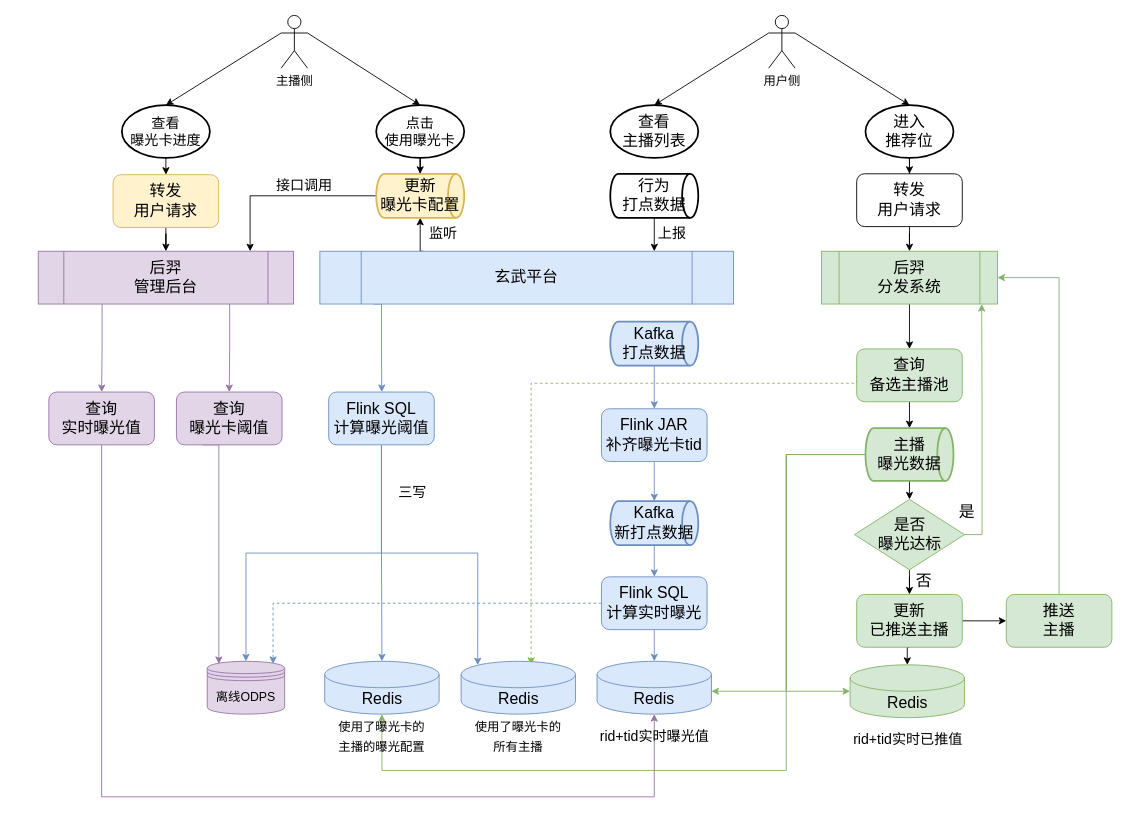
This is 后羿接曝光卡.drawio from hongweilv-whu/flowCharts, a draw.io file, before an edit. Source tidied: cells renumbered, new cells numbered last; positions are measured from the earlier drawing's top-left corner, leaving out a move shared by most shapes. Both pictures are drawn from the tidied source at 88%, with x=0, y=0 at pixel (38, 15).
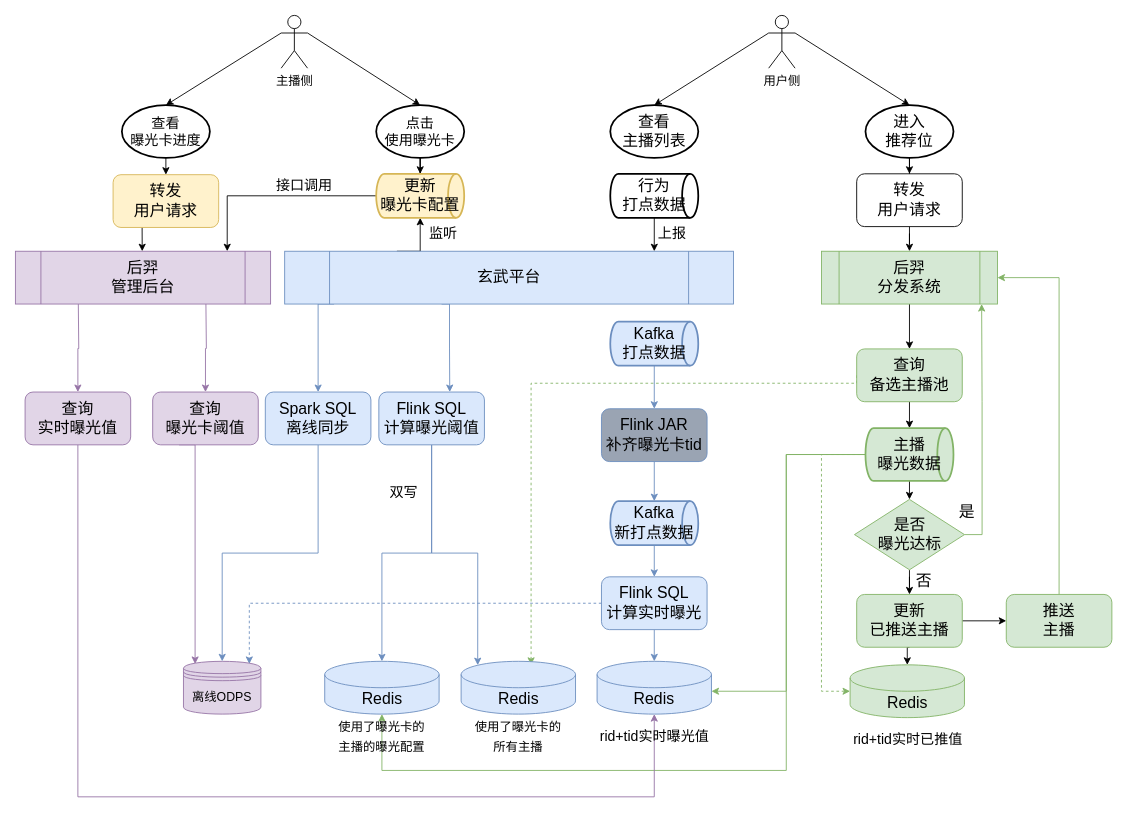
The same page after the edit.

Commit message:
Update 后羿接曝光卡.drawio

The change refers to these unchanged cells:
```xml
<mxCell id="22" value="Redis" style="shape=cylinder3;whiteSpace=wrap;html=1;boundedLbl=1;backgroundOutline=1;size=15;fontSize=18;fillColor=#dae8fc;strokeColor=#6c8ebf;" parent="21" vertex="1">
  <mxGeometry x="2.5" width="130" height="60" as="geometry" />
</mxCell>
<mxCell id="51" value="&lt;font style=&quot;font-size: 18px;&quot;&gt;主播&lt;br&gt;曝光数据&lt;/font&gt;" style="strokeWidth=2;html=1;shape=mxgraph.flowchart.direct_data;whiteSpace=wrap;fontSize=16;fillColor=#d5e8d4;strokeColor=#82b366;" parent="1" vertex="1">
  <mxGeometry x="940" y="469" width="100" height="60" as="geometry" />
</mxCell>
<mxCell id="59" value="&lt;span style=&quot;font-size: 18px;&quot;&gt;更新&lt;br&gt;曝光卡配置&lt;/span&gt;" style="strokeWidth=2;html=1;shape=mxgraph.flowchart.direct_data;whiteSpace=wrap;fontSize=16;fillColor=#fff2cc;strokeColor=#d6b656;" parent="1" vertex="1">
  <mxGeometry x="384" y="180" width="100" height="50" as="geometry" />
</mxCell>
<mxCell id="75" value="Redis" style="shape=cylinder3;whiteSpace=wrap;html=1;boundedLbl=1;backgroundOutline=1;size=15;fontSize=18;fillColor=#d5e8d4;strokeColor=#82b366;" parent="74" vertex="1">
  <mxGeometry x="2.5" width="130" height="60" as="geometry" />
</mxCell>
<mxCell id="82" value="&lt;span style=&quot;font-size: 18px;&quot;&gt;转发&lt;br&gt;用户请求&lt;/span&gt;" style="rounded=1;whiteSpace=wrap;html=1;fontSize=14;fillColor=#fff2cc;strokeColor=#d6b656;" parent="1" vertex="1">
  <mxGeometry x="85" y="181" width="120" height="60" as="geometry" />
</mxCell>
```

The edit, as a diff of the source:
```diff
@@
     <mxCell id="3" style="edgeStyle=orthogonalEdgeStyle;rounded=0;jettySize=auto;html=1;exitX=0.5;exitY=1;exitDx=0;exitDy=0;fontSize=16;entryX=0.5;entryY=1;entryDx=0;entryDy=0;entryPerimeter=0;fillColor=#e1d5e7;strokeColor=#9673a6;" parent="1" edge="1" source="72" target="22">
       <mxGeometry relative="1" as="geometry">
         <Array as="points">
-          <mxPoint x="72" y="888" />
+          <mxPoint x="45" y="888" />
           <mxPoint x="700" y="888" />
         </Array>
       </mxGeometry>
     </mxCell>
@@
-    <mxCell id="33" value="&lt;span style=&quot;font-size: 18px;&quot;&gt;Flink JAR&lt;br&gt;补齐曝光卡tid&lt;br&gt;&lt;/span&gt;" style="rounded=1;whiteSpace=wrap;html=1;fontSize=14;fillColor=#dae8fc;strokeColor=#6c8ebf;" parent="1" vertex="1">
+    <mxCell id="33" value="&lt;span style=&quot;font-size: 18px;&quot;&gt;Flink JAR&lt;br&gt;补齐曝光卡tid&lt;br&gt;&lt;/span&gt;" style="rounded=1;whiteSpace=wrap;html=1;fontSize=14;fillColor=#9AA4B3;strokeColor=#6c8ebf;" parent="1" vertex="1">
       <mxGeometry x="640" y="447" width="120" height="60" as="geometry" />
     </mxCell>
@@
     <mxCell id="37" value="&lt;font style=&quot;font-size: 14px;&quot;&gt;离线ODPS&lt;/font&gt;" style="shape=datastore;whiteSpace=wrap;html=1;fontSize=18;fillColor=#e1d5e7;strokeColor=#9673a6;" parent="1" vertex="1">
-      <mxGeometry x="192" y="734" width="88" height="60" as="geometry" />
+      <mxGeometry x="165" y="734" width="88" height="60" as="geometry" />
     </mxCell>
     <mxCell id="38" style="edgeStyle=orthogonalEdgeStyle;rounded=0;jettySize=auto;html=1;exitX=0.25;exitY=0;exitDx=0;exitDy=0;fontSize=16;entryX=0.5;entryY=1;entryDx=0;entryDy=0;entryPerimeter=0;" parent="1" edge="1" source="40" target="59">
-      <mxGeometry relative="1" as="geometry" />
+      <mxGeometry relative="1" as="geometry">
+        <Array as="points">
+          <mxPoint x="434" y="268" />
+        </Array>
+      </mxGeometry>
     </mxCell>
     <mxCell id="39" style="edgeStyle=orthogonalEdgeStyle;rounded=0;orthogonalLoop=1;jettySize=auto;html=1;exitX=0.11;exitY=1;exitDx=0;exitDy=0;exitPerimeter=0;entryX=0.5;entryY=0;entryDx=0;entryDy=0;fontSize=16;fillColor=#dae8fc;strokeColor=#6c8ebf;" parent="1" edge="1">
       <mxGeometry relative="1" as="geometry">
-        <mxPoint x="381" y="328" as="sourcePoint" />
-        <mxPoint x="390.3" y="428" as="targetPoint" />
+        <mxPoint x="458.3" y="328" as="sourcePoint" />
+        <mxPoint x="467.6" y="428" as="targetPoint" />
         <Array as="points">
-          <mxPoint x="390" y="328" />
-          <mxPoint x="390" y="378" />
-          <mxPoint x="390" y="378" />
+          <mxPoint x="467.3" y="328" />
+          <mxPoint x="467.3" y="378" />
+          <mxPoint x="467.3" y="378" />
         </Array>
       </mxGeometry>
     </mxCell>
+    <mxCell id="83" style="edgeStyle=orthogonalEdgeStyle;rounded=0;jettySize=auto;html=1;exitX=0.11;exitY=1;exitDx=0;exitDy=0;exitPerimeter=0;fontSize=16;fillColor=#dae8fc;strokeColor=#6c8ebf;" parent="1" edge="1" source="40" target="85">
+      <mxGeometry relative="1" as="geometry">
+        <Array as="points">
+          <mxPoint x="318" y="328" />
+        </Array>
+      </mxGeometry>
+    </mxCell>
     <mxCell id="40" value="玄武平台" style="shape=process;whiteSpace=wrap;html=1;backgroundOutline=1;fontSize=18;fillColor=#dae8fc;strokeColor=#6c8ebf;points=[[0,0,0,0,0],[0,0.25,0,0,0],[0,0.5,0,0,0],[0,0.75,0,0,0],[0.11,1,0,0,0],[0.25,0,0,0,0],[0.25,1,0,0,0],[0.5,0,0,0,0],[0.5,1,0,0,0],[0.75,0,0,0,0],[0.75,1,0,0,0],[1,0,0,0,0],[1,0.25,0,0,0],[1,0.5,0,0,0],[1,0.75,0,0,0],[1,1,0,0,0]];" parent="1" vertex="1">
-      <mxGeometry x="320" y="268" width="470" height="60" as="geometry" />
+      <mxGeometry x="280" y="268" width="510" height="60" as="geometry" />
     </mxCell>
@@
-    <mxCell id="50" style="edgeStyle=orthogonalEdgeStyle;rounded=0;jettySize=auto;html=1;exitX=0;exitY=0.5;exitDx=0;exitDy=0;exitPerimeter=0;entryX=0;entryY=0.5;entryDx=0;entryDy=0;entryPerimeter=0;fontSize=16;fillColor=#d5e8d4;strokeColor=#82b366;" parent="1" edge="1" source="51" target="75">
+    <mxCell id="50" style="edgeStyle=orthogonalEdgeStyle;rounded=0;jettySize=auto;html=1;exitX=0;exitY=0.5;exitDx=0;exitDy=0;exitPerimeter=0;entryX=0;entryY=0.5;entryDx=0;entryDy=0;entryPerimeter=0;fontSize=16;fillColor=#d5e8d4;strokeColor=#82b366;dashed=1;" parent="1" edge="1" source="51" target="75">
       <mxGeometry relative="1" as="geometry">
         <Array as="points">
-          <mxPoint x="850" y="499" />
-          <mxPoint x="850" y="768" />
+          <mxPoint x="890" y="499" />
+          <mxPoint x="890" y="768" />
         </Array>
       </mxGeometry>
     </mxCell>
@@
-    <mxCell id="64" style="edgeStyle=orthogonalEdgeStyle;rounded=0;jettySize=auto;html=1;exitX=0.5;exitY=1;exitDx=0;exitDy=0;entryX=0.5;entryY=0;entryDx=0;entryDy=0;fontSize=16;fillColor=#dae8fc;strokeColor=#6c8ebf;" parent="1" edge="1" source="65" target="37">
-      <mxGeometry relative="1" as="geometry" />
-    </mxCell>
     <mxCell id="65" value="&lt;span style=&quot;font-size: 18px;&quot;&gt;Flink SQL&lt;br&gt;计算曝光阈值&lt;br&gt;&lt;/span&gt;" style="rounded=1;whiteSpace=wrap;html=1;fontSize=14;fillColor=#dae8fc;strokeColor=#6c8ebf;" parent="1" vertex="1">
-      <mxGeometry x="330" y="428" width="120" height="60" as="geometry" />
+      <mxGeometry x="387" y="428" width="120" height="60" as="geometry" />
     </mxCell>
-    <mxCell id="66" value="三写" style="text;html=1;align=center;verticalAlign=middle;fontSize=16;" parent="1" vertex="1">
-      <mxGeometry x="400" y="532" width="50" height="20" as="geometry" />
+    <mxCell id="66" value="双写" style="text;html=1;align=center;verticalAlign=middle;fontSize=16;" parent="1" vertex="1">
+      <mxGeometry x="390" y="532" width="50" height="20" as="geometry" />
     </mxCell>
-    <mxCell id="67" style="edgeStyle=orthogonalEdgeStyle;rounded=0;jettySize=auto;html=1;exitX=0.25;exitY=1;exitDx=0;exitDy=0;entryX=0.5;entryY=0;entryDx=0;entryDy=0;fontSize=16;fillColor=#e1d5e7;strokeColor=#9673a6;" parent="1" edge="1" source="69" target="72">
-      <mxGeometry relative="1" as="geometry" />
+    <mxCell id="67" style="edgeStyle=orthogonalEdgeStyle;rounded=0;jettySize=auto;html=1;exitX=0.25;exitY=1;exitDx=0;exitDy=0;entryX=0.5;entryY=0;entryDx=0;entryDy=0;fontSize=16;fillColor=#e1d5e7;strokeColor=#9673a6;" parent="1" edge="1" target="72">
+      <mxGeometry relative="1" as="geometry">
+        <mxPoint x="45.5" y="328" as="sourcePoint" />
+      </mxGeometry>
     </mxCell>
-    <mxCell id="68" style="edgeStyle=orthogonalEdgeStyle;rounded=0;jettySize=auto;html=1;exitX=0.75;exitY=1;exitDx=0;exitDy=0;fontSize=16;fillColor=#e1d5e7;strokeColor=#9673a6;" parent="1" edge="1" source="69" target="71">
-      <mxGeometry relative="1" as="geometry" />
+    <mxCell id="68" style="edgeStyle=orthogonalEdgeStyle;rounded=0;jettySize=auto;html=1;exitX=0.75;exitY=1;exitDx=0;exitDy=0;fontSize=16;fillColor=#e1d5e7;strokeColor=#9673a6;" parent="1" edge="1" target="71">
+      <mxGeometry relative="1" as="geometry">
+        <mxPoint x="190.5" y="328" as="sourcePoint" />
+      </mxGeometry>
     </mxCell>
     <mxCell id="69" value="后羿&lt;br&gt;管理后台" style="shape=process;whiteSpace=wrap;html=1;backgroundOutline=1;fontSize=18;fillColor=#e1d5e7;strokeColor=#9673a6;points=[[0,0,0,0,0],[0,0.25,0,0,0],[0,0.5,0,0,0],[0,0.75,0,0,0],[0,1,0,0,0],[0.25,0,0,0,0],[0.25,1,0,0,0],[0.5,0,0,0,0],[0.5,1,0,0,0],[0.75,1,0,0,0],[0.83,0,0,0,0],[1,0,0,0,0],[1,0.25,0,0,0],[1,0.5,0,0,0],[1,0.75,0,0,0],[1,1,0,0,0]];" parent="1" vertex="1">
-      <mxGeometry y="268" width="290" height="60" as="geometry" />
+      <mxGeometry x="-26" y="268" width="290" height="60" as="geometry" />
     </mxCell>
     <mxCell id="70" style="edgeStyle=orthogonalEdgeStyle;rounded=0;jettySize=auto;html=1;exitX=0.25;exitY=1;exitDx=0;exitDy=0;entryX=0.15;entryY=0.05;entryDx=0;entryDy=0;entryPerimeter=0;fontSize=16;fillColor=#e1d5e7;strokeColor=#9673a6;" parent="1" edge="1" source="71" target="37">
       <mxGeometry relative="1" as="geometry">
         <Array as="points">
-          <mxPoint x="205" y="488" />
+          <mxPoint x="178" y="488" />
         </Array>
       </mxGeometry>
     </mxCell>
     <mxCell id="71" value="&lt;span style=&quot;font-size: 18px;&quot;&gt;查询&lt;br&gt;曝光卡阈值&lt;br&gt;&lt;/span&gt;" style="rounded=1;whiteSpace=wrap;html=1;fontSize=14;fillColor=#e1d5e7;strokeColor=#9673a6;" parent="1" vertex="1">
-      <mxGeometry x="157" y="428" width="120" height="60" as="geometry" />
+      <mxGeometry x="130" y="428" width="120" height="60" as="geometry" />
     </mxCell>
     <mxCell id="72" value="&lt;span style=&quot;font-size: 18px;&quot;&gt;查询&lt;br&gt;实时曝光值&lt;br&gt;&lt;/span&gt;" style="rounded=1;whiteSpace=wrap;html=1;fontSize=14;fillColor=#e1d5e7;strokeColor=#9673a6;" parent="1" vertex="1">
-      <mxGeometry x="12" y="428" width="120" height="60" as="geometry" />
+      <mxGeometry x="-15" y="428" width="120" height="60" as="geometry" />
     </mxCell>
@@
-    <mxCell id="81" style="edgeStyle=orthogonalEdgeStyle;rounded=0;jettySize=auto;html=1;exitX=0.5;exitY=1;exitDx=0;exitDy=0;fontSize=16;" parent="1" edge="1" source="82" target="69">
-      <mxGeometry relative="1" as="geometry" />
+    <mxCell id="81" style="edgeStyle=orthogonalEdgeStyle;rounded=0;orthogonalLoop=1;jettySize=auto;html=1;exitX=0.5;exitY=1;exitDx=0;exitDy=0;fontSize=16;" parent="1" edge="1">
+      <mxGeometry relative="1" as="geometry">
+        <mxPoint x="118" y="241" as="sourcePoint" />
+        <mxPoint x="118.1" y="268" as="targetPoint" />
+      </mxGeometry>
     </mxCell>
@@
+    <mxCell id="84" style="edgeStyle=orthogonalEdgeStyle;rounded=0;jettySize=auto;html=1;exitX=0.5;exitY=1;exitDx=0;exitDy=0;fontSize=16;fillColor=#dae8fc;strokeColor=#6c8ebf;" parent="1" edge="1" source="85" target="37">
+      <mxGeometry relative="1" as="geometry" />
+    </mxCell>
+    <mxCell id="85" value="&lt;span style=&quot;font-size: 18px;&quot;&gt;Spark SQL&lt;br&gt;离线同步&lt;br&gt;&lt;/span&gt;" style="rounded=1;whiteSpace=wrap;html=1;fontSize=14;fillColor=#dae8fc;strokeColor=#6c8ebf;" parent="1" vertex="1">
+      <mxGeometry x="258" y="428" width="120" height="60" as="geometry" />
+    </mxCell>
```
